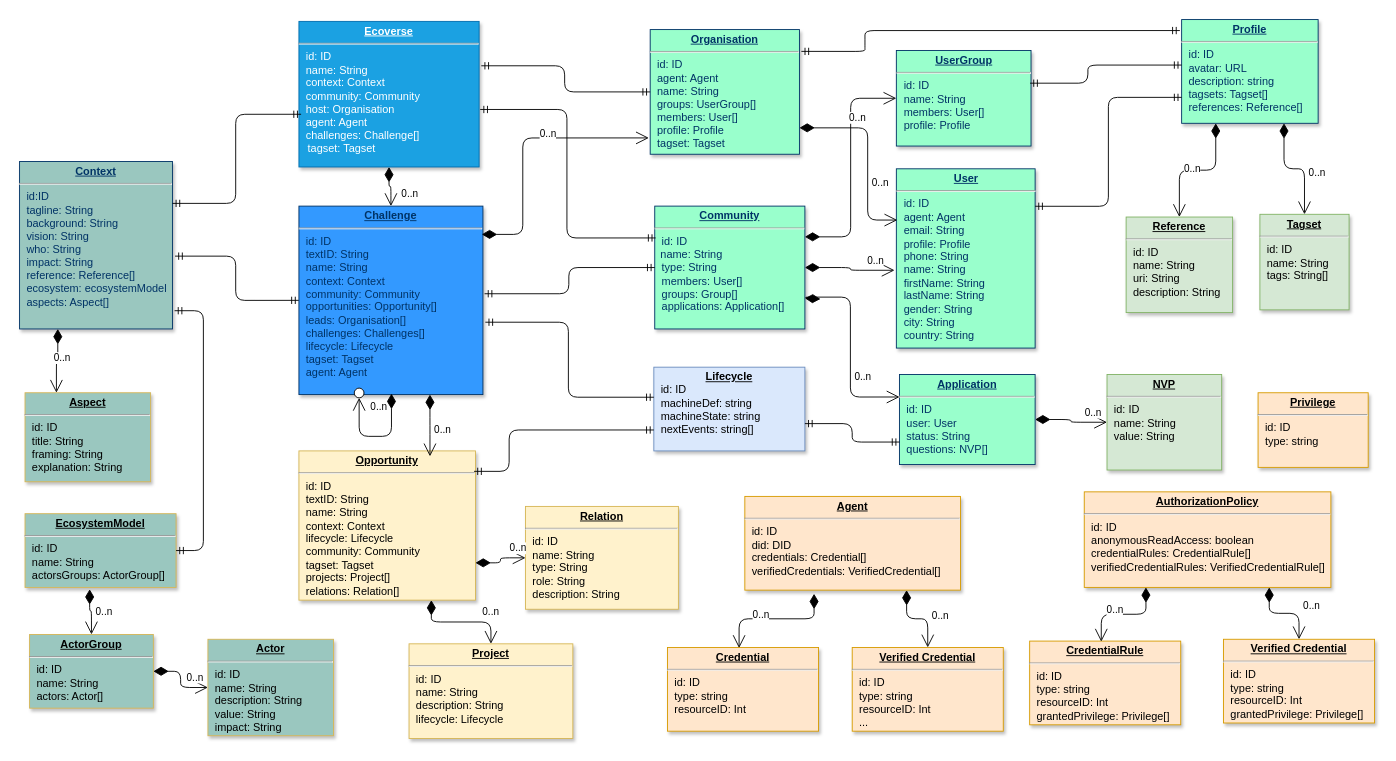
Before: docs/diagrams/data-logical-model.drawio in alkem-io/alkemio, a draw.io diagram. Source tidied: cells renumbered, new cells numbered last; positions are measured from the earlier drawing's top-left corner, leaving out a move shared by most shapes. Both pictures are drawn from the tidied source at 91%, with x=0, y=0 at pixel (19, 19).
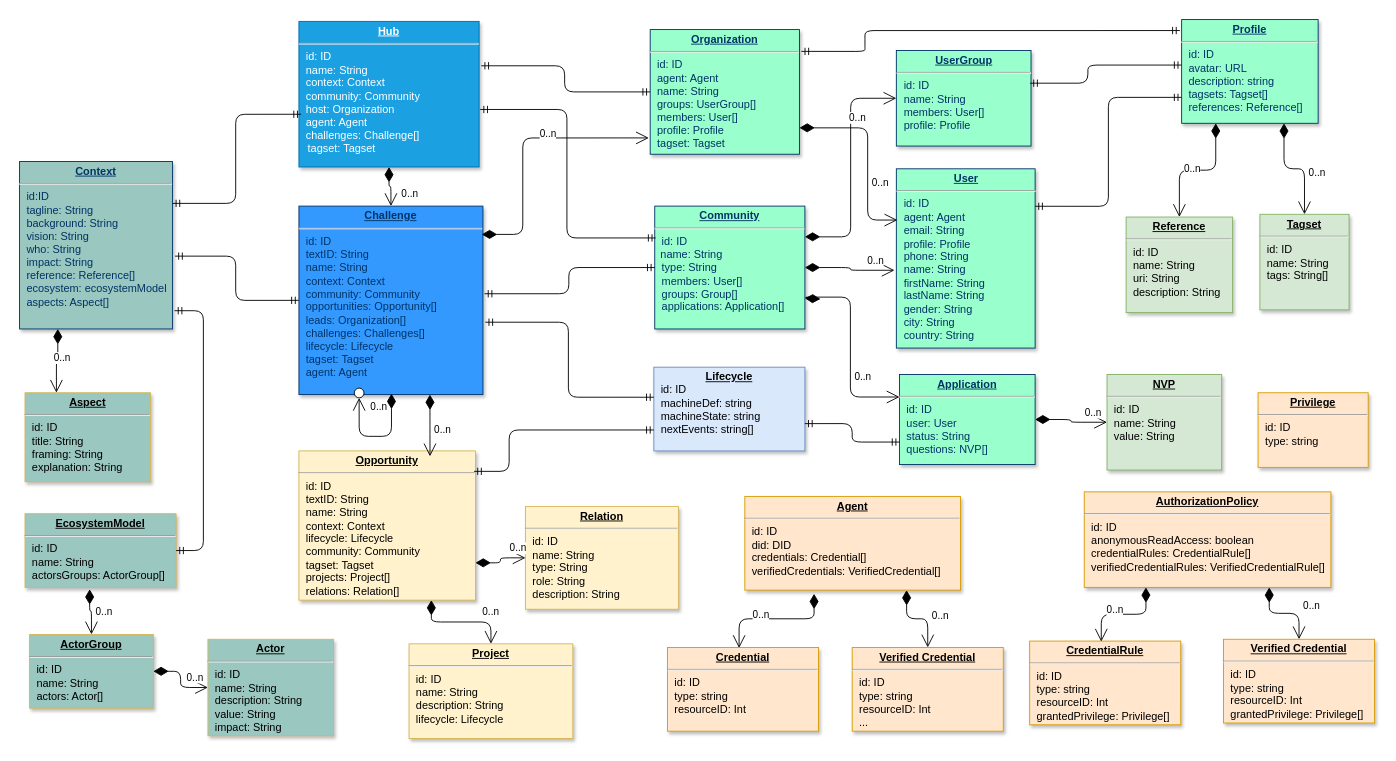
After the change.

The change refers to these unchanged cells:
```xml
<mxCell id="43" style="group;" parent="1" vertex="1">
  <mxGeometry x="307" y="205" width="202.2" height="253" as="geometry" />
</mxCell>
```

Diff of the diagram source:
```diff
@@
-    <mxCell id="3" value="&lt;p style=&quot;margin: 0px ; margin-top: 4px ; text-align: center ; text-decoration: underline&quot;&gt;&lt;strong&gt;Ecoverse&lt;/strong&gt;&lt;/p&gt;&lt;hr&gt;&lt;p style=&quot;margin: 0px ; margin-left: 8px&quot;&gt;id: ID&lt;/p&gt;&lt;p style=&quot;margin: 0px ; margin-left: 8px&quot;&gt;name: String&lt;/p&gt;&lt;p style=&quot;margin: 0px ; margin-left: 8px&quot;&gt;context: Context&lt;/p&gt;&lt;p style=&quot;margin: 0px ; margin-left: 8px&quot;&gt;community: Community&lt;/p&gt;&lt;p style=&quot;margin: 0px ; margin-left: 8px&quot;&gt;host: Organisation&lt;/p&gt;&lt;p style=&quot;margin: 0px ; margin-left: 8px&quot;&gt;agent: Agent&lt;br&gt;&lt;/p&gt;&lt;p style=&quot;margin: 0px ; margin-left: 8px&quot;&gt;challenges: Challenge[]&lt;/p&gt;&lt;div&gt;&amp;nbsp; &amp;nbsp;tagset: Tagset&lt;/div&gt;&lt;div&gt;&lt;br&gt;&lt;/div&gt;" style="verticalAlign=top;align=left;overflow=fill;fontSize=12;fontFamily=Helvetica;html=1;strokeColor=#006EAF;shadow=1;fillColor=#1ba1e2;fontColor=#ffffff;" parent="1" vertex="1">
+    <mxCell id="3" value="&lt;p style=&quot;margin: 0px ; margin-top: 4px ; text-align: center ; text-decoration: underline&quot;&gt;&lt;strong&gt;Hub&lt;/strong&gt;&lt;/p&gt;&lt;hr&gt;&lt;p style=&quot;margin: 0px ; margin-left: 8px&quot;&gt;id: ID&lt;/p&gt;&lt;p style=&quot;margin: 0px ; margin-left: 8px&quot;&gt;name: String&lt;/p&gt;&lt;p style=&quot;margin: 0px ; margin-left: 8px&quot;&gt;context: Context&lt;/p&gt;&lt;p style=&quot;margin: 0px ; margin-left: 8px&quot;&gt;community: Community&lt;/p&gt;&lt;p style=&quot;margin: 0px ; margin-left: 8px&quot;&gt;host: Organization&lt;/p&gt;&lt;p style=&quot;margin: 0px ; margin-left: 8px&quot;&gt;agent: Agent&lt;br&gt;&lt;/p&gt;&lt;p style=&quot;margin: 0px ; margin-left: 8px&quot;&gt;challenges: Challenge[]&lt;/p&gt;&lt;div&gt;&amp;nbsp; &amp;nbsp;tagset: Tagset&lt;/div&gt;&lt;div&gt;&lt;br&gt;&lt;/div&gt;" style="verticalAlign=top;align=left;overflow=fill;fontSize=12;fontFamily=Helvetica;html=1;strokeColor=#006EAF;shadow=1;fillColor=#1ba1e2;fontColor=#ffffff;" parent="1" vertex="1">
       <mxGeometry x="307" y="2" width="198" height="160" as="geometry" />
     </mxCell>
-    <mxCell id="4" value="&lt;p style=&quot;margin: 0px ; margin-top: 4px ; text-align: center ; text-decoration: underline&quot;&gt;&lt;b&gt;Organisation&lt;/b&gt;&lt;/p&gt;&lt;hr&gt;&lt;p style=&quot;margin: 0px ; margin-left: 8px&quot;&gt;id: ID&lt;/p&gt;&lt;p style=&quot;margin: 0px ; margin-left: 8px&quot;&gt;agent: Agent&lt;/p&gt;&lt;p style=&quot;margin: 0px ; margin-left: 8px&quot;&gt;name: String&lt;/p&gt;&lt;p style=&quot;margin: 0px ; margin-left: 8px&quot;&gt;groups: UserGroup[]&lt;/p&gt;&lt;p style=&quot;margin: 0px ; margin-left: 8px&quot;&gt;&lt;span&gt;members: User[]&lt;/span&gt;&lt;/p&gt;&lt;p style=&quot;margin: 0px ; margin-left: 8px&quot;&gt;&lt;span&gt;profile: Profile&lt;/span&gt;&lt;br&gt;&lt;/p&gt;&lt;p style=&quot;margin: 0px ; margin-left: 8px&quot;&gt;tagset: Tagset&lt;br&gt;&lt;/p&gt;" style="verticalAlign=top;align=left;overflow=fill;fontSize=12;fontFamily=Helvetica;html=1;strokeColor=#003366;shadow=1;fontColor=#003366;fillColor=#99FFCC;" parent="1" vertex="1">
+    <mxCell id="4" value="&lt;p style=&quot;margin: 0px ; margin-top: 4px ; text-align: center ; text-decoration: underline&quot;&gt;&lt;b&gt;Organization&lt;/b&gt;&lt;/p&gt;&lt;hr&gt;&lt;p style=&quot;margin: 0px ; margin-left: 8px&quot;&gt;id: ID&lt;/p&gt;&lt;p style=&quot;margin: 0px ; margin-left: 8px&quot;&gt;agent: Agent&lt;/p&gt;&lt;p style=&quot;margin: 0px ; margin-left: 8px&quot;&gt;name: String&lt;/p&gt;&lt;p style=&quot;margin: 0px ; margin-left: 8px&quot;&gt;groups: UserGroup[]&lt;/p&gt;&lt;p style=&quot;margin: 0px ; margin-left: 8px&quot;&gt;&lt;span&gt;members: User[]&lt;/span&gt;&lt;/p&gt;&lt;p style=&quot;margin: 0px ; margin-left: 8px&quot;&gt;&lt;span&gt;profile: Profile&lt;/span&gt;&lt;br&gt;&lt;/p&gt;&lt;p style=&quot;margin: 0px ; margin-left: 8px&quot;&gt;tagset: Tagset&lt;br&gt;&lt;/p&gt;" style="verticalAlign=top;align=left;overflow=fill;fontSize=12;fontFamily=Helvetica;html=1;strokeColor=#003366;shadow=1;fontColor=#003366;fillColor=#99FFCC;" parent="1" vertex="1">
       <mxGeometry x="693" y="11" width="164" height="137" as="geometry" />
     </mxCell>
@@
-    <mxCell id="44" value="&lt;p style=&quot;margin: 0px ; margin-top: 4px ; text-align: center ; text-decoration: underline&quot;&gt;&lt;strong&gt;Challenge&lt;/strong&gt;&lt;/p&gt;&lt;hr&gt;&lt;p style=&quot;margin: 0px ; margin-left: 8px&quot;&gt;id: ID&lt;/p&gt;&lt;p style=&quot;margin: 0px ; margin-left: 8px&quot;&gt;textID: String&lt;/p&gt;&lt;p style=&quot;margin: 0px ; margin-left: 8px&quot;&gt;name: String&lt;/p&gt;&lt;p style=&quot;margin: 0px ; margin-left: 8px&quot;&gt;context: Context&lt;/p&gt;&lt;p style=&quot;margin: 0px ; margin-left: 8px&quot;&gt;community: Community&lt;/p&gt;&lt;p style=&quot;margin: 0px ; margin-left: 8px&quot;&gt;opportunities: Opportunity[]&lt;/p&gt;&lt;p style=&quot;margin: 0px ; margin-left: 8px&quot;&gt;leads: Organisation[]&lt;span&gt;&lt;br&gt;&lt;/span&gt;&lt;/p&gt;&lt;p style=&quot;margin: 0px ; margin-left: 8px&quot;&gt;&lt;span&gt;challenges: Challenges[]&lt;/span&gt;&lt;/p&gt;&lt;p style=&quot;margin: 0px ; margin-left: 8px&quot;&gt;lifecycle: Lifecycle&lt;/p&gt;&lt;p style=&quot;margin: 0px 0px 0px 8px&quot;&gt;tagset: Tagset&lt;/p&gt;&lt;p style=&quot;margin: 0px 0px 0px 8px&quot;&gt;&lt;span&gt;agent: Agent&lt;/span&gt;&lt;br&gt;&lt;/p&gt;&lt;p style=&quot;margin: 0px 0px 0px 8px&quot;&gt;&lt;br&gt;&lt;/p&gt;&lt;div&gt;&lt;span&gt;&lt;br&gt;&lt;/span&gt;&lt;/div&gt;" style="verticalAlign=top;align=left;overflow=fill;fontSize=12;fontFamily=Helvetica;html=1;strokeColor=#003366;shadow=1;fontColor=#003366;fillColor=#3399FF;" parent="43" vertex="1">
+    <mxCell id="44" value="&lt;p style=&quot;margin: 0px ; margin-top: 4px ; text-align: center ; text-decoration: underline&quot;&gt;&lt;strong&gt;Challenge&lt;/strong&gt;&lt;/p&gt;&lt;hr&gt;&lt;p style=&quot;margin: 0px ; margin-left: 8px&quot;&gt;id: ID&lt;/p&gt;&lt;p style=&quot;margin: 0px ; margin-left: 8px&quot;&gt;textID: String&lt;/p&gt;&lt;p style=&quot;margin: 0px ; margin-left: 8px&quot;&gt;name: String&lt;/p&gt;&lt;p style=&quot;margin: 0px ; margin-left: 8px&quot;&gt;context: Context&lt;/p&gt;&lt;p style=&quot;margin: 0px ; margin-left: 8px&quot;&gt;community: Community&lt;/p&gt;&lt;p style=&quot;margin: 0px ; margin-left: 8px&quot;&gt;opportunities: Opportunity[]&lt;/p&gt;&lt;p style=&quot;margin: 0px ; margin-left: 8px&quot;&gt;leads: Organization[]&lt;span&gt;&lt;br&gt;&lt;/span&gt;&lt;/p&gt;&lt;p style=&quot;margin: 0px ; margin-left: 8px&quot;&gt;&lt;span&gt;challenges: Challenges[]&lt;/span&gt;&lt;/p&gt;&lt;p style=&quot;margin: 0px ; margin-left: 8px&quot;&gt;lifecycle: Lifecycle&lt;/p&gt;&lt;p style=&quot;margin: 0px 0px 0px 8px&quot;&gt;tagset: Tagset&lt;/p&gt;&lt;p style=&quot;margin: 0px 0px 0px 8px&quot;&gt;&lt;span&gt;agent: Agent&lt;/span&gt;&lt;br&gt;&lt;/p&gt;&lt;p style=&quot;margin: 0px 0px 0px 8px&quot;&gt;&lt;br&gt;&lt;/p&gt;&lt;div&gt;&lt;span&gt;&lt;br&gt;&lt;/span&gt;&lt;/div&gt;" style="verticalAlign=top;align=left;overflow=fill;fontSize=12;fontFamily=Helvetica;html=1;strokeColor=#003366;shadow=1;fontColor=#003366;fillColor=#3399FF;" parent="43" vertex="1">
       <mxGeometry width="202.2" height="207.1" as="geometry" />
     </mxCell>
```
